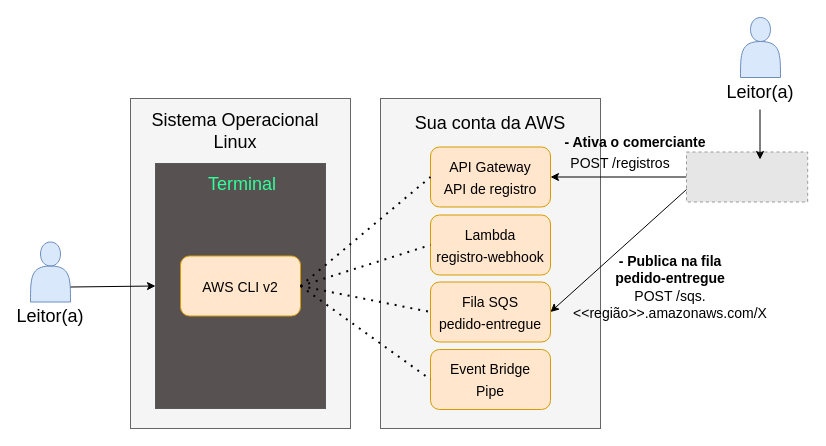
Above: cap11/drawio/ambiente-execucao.drawio in rpicanco/livro-eda (draw.io), before the change. Source tidied: cells renumbered, new cells numbered last; positions are measured from the earlier drawing's top-left corner, leaving out a move shared by most shapes. Both pictures are drawn from the tidied source at 100%, with x=0, y=0 at pixel (20, 17). Pictures stored in the file or linked from it are replaced by grey dashed boxes.
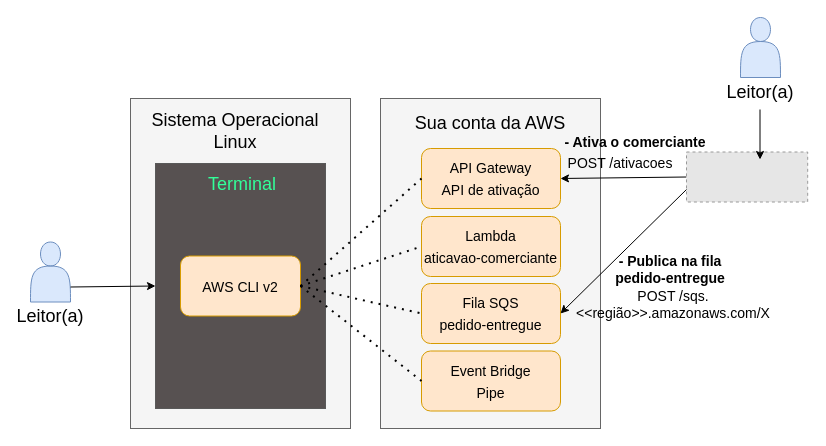
After the change.

Change to the diagram source:
```diff
@@
     <mxCell id="8" value="&lt;span style=&quot;font-size: 14px;&quot;&gt;Fila SQS&lt;br&gt;pedido-entregue&lt;br&gt;&lt;/span&gt;" style="rounded=1;whiteSpace=wrap;html=1;fontSize=18;fillColor=#ffe6cc;strokeColor=#d79b00;" parent="1" vertex="1">
-      <mxGeometry x="410" y="264.5" width="120" height="60" as="geometry" />
+      <mxGeometry x="401" y="266" width="139" height="60" as="geometry" />
     </mxCell>
@@
-    <mxCell id="19" value="&lt;font style=&quot;font-size: 14px;&quot;&gt;POST /registros&lt;/font&gt;" style="text;html=1;strokeColor=none;fillColor=none;align=center;verticalAlign=middle;whiteSpace=wrap;rounded=0;" parent="1" vertex="1">
+    <mxCell id="19" value="&lt;font style=&quot;font-size: 14px;&quot;&gt;POST /ativacoes&lt;/font&gt;" style="text;html=1;strokeColor=none;fillColor=none;align=center;verticalAlign=middle;whiteSpace=wrap;rounded=0;" parent="1" vertex="1">
       <mxGeometry x="540" y="134.5" width="120" height="22.5" as="geometry" />
     </mxCell>
@@
     <mxCell id="21" value="&lt;font style=&quot;font-size: 14px;&quot;&gt;POST /sqs.&amp;lt;&amp;lt;região&amp;gt;&amp;gt;.amazonaws.com/X&lt;/font&gt;" style="text;html=1;strokeColor=none;fillColor=none;align=center;verticalAlign=middle;whiteSpace=wrap;rounded=0;" parent="1" vertex="1">
-      <mxGeometry x="555" y="271.5" width="190" height="30" as="geometry" />
+      <mxGeometry x="558" y="271.5" width="190" height="30" as="geometry" />
     </mxCell>
-    <mxCell id="22" value="&lt;span style=&quot;font-size: 14px;&quot;&gt;Lambda &lt;br&gt;registro-webhook&lt;/span&gt;" style="rounded=1;whiteSpace=wrap;html=1;fontSize=18;fillColor=#ffe6cc;strokeColor=#d79b00;" parent="1" vertex="1">
-      <mxGeometry x="410" y="197.5" width="120" height="60" as="geometry" />
+    <mxCell id="22" value="&lt;font style=&quot;font-size: 14px;&quot;&gt;Lambda&lt;br style=&quot;border-color: var(--border-color);&quot;&gt;&lt;/font&gt;&lt;span style=&quot;font-size: 14px;&quot;&gt;aticavao-comerciante&lt;/span&gt;" style="rounded=1;whiteSpace=wrap;html=1;fontSize=18;fillColor=#ffe6cc;strokeColor=#d79b00;" parent="1" vertex="1">
+      <mxGeometry x="401" y="199" width="139" height="60" as="geometry" />
     </mxCell>
-    <mxCell id="23" value="&lt;span style=&quot;font-size: 14px;&quot;&gt;API Gateway &lt;br&gt;API de registro&lt;/span&gt;" style="rounded=1;whiteSpace=wrap;html=1;fontSize=18;fillColor=#ffe6cc;strokeColor=#d79b00;" parent="1" vertex="1">
-      <mxGeometry x="410" y="129.5" width="120" height="60" as="geometry" />
+    <mxCell id="23" value="&lt;span style=&quot;font-size: 14px;&quot;&gt;API Gateway &lt;br&gt;API de ativação&lt;/span&gt;" style="rounded=1;whiteSpace=wrap;html=1;fontSize=18;fillColor=#ffe6cc;strokeColor=#d79b00;" parent="1" vertex="1">
+      <mxGeometry x="401" y="131" width="139" height="60" as="geometry" />
     </mxCell>
@@
     <mxCell id="27" value="&lt;span style=&quot;font-size: 14px;&quot;&gt;Event Bridge&lt;br&gt;Pipe&lt;br&gt;&lt;/span&gt;" style="rounded=1;whiteSpace=wrap;html=1;fontSize=18;fillColor=#ffe6cc;strokeColor=#d79b00;" parent="1" vertex="1">
-      <mxGeometry x="410" y="332" width="120" height="60" as="geometry" />
+      <mxGeometry x="401" y="333.5" width="139" height="60" as="geometry" />
     </mxCell>
```
